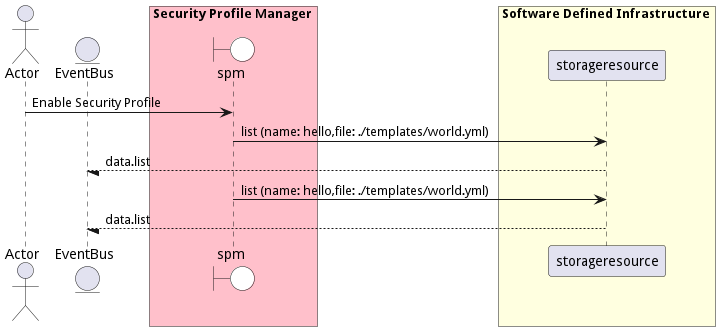
This is docs/edgemere/sa/spm/usecases/managesecurityprofiles/EnableSecurityProfile.png from madajaju/edgemere, a PlantUML export, as it was before one commit.
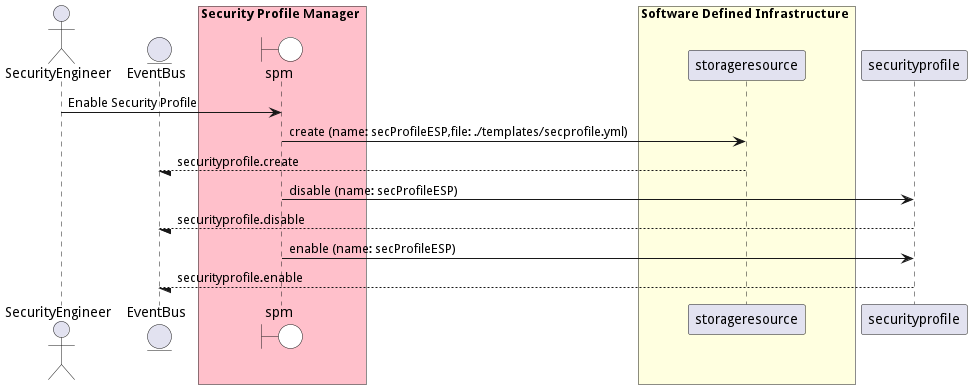
After the change.

Diff of the diagram source:
```diff
@@ -1,6 +1,6 @@
 @startuml
 
-actor "Actor"
+actor "SecurityEngineer"
 
 
 entity EventBus
@@ -14,16 +14,23 @@
             participant storageresource
     end box
 
+box Security Profile Manager #pink
+    end box
 
-"Actor" -> spm: Enable Security Profile
 
-    spm -> "storageresource": list (name: hello,file: ./templates/world.yml)
+"SecurityEngineer" -> spm: Enable Security Profile
 
-    "storageresource" --/ EventBus: data.list
+    spm -> "storageresource": create (name: secProfileESP,file: ./templates/secprofile.yml)
 
-    spm -> "storageresource": list (name: hello,file: ./templates/world.yml)
+    "storageresource" --/ EventBus: securityprofile.create
 
-    "storageresource" --/ EventBus: data.list
+    spm -> "securityprofile": disable (name: secProfileESP)
+
+    "securityprofile" --/ EventBus: securityprofile.disable
+
+    spm -> "securityprofile": enable (name: secProfileESP)
+
+    "securityprofile" --/ EventBus: securityprofile.enable
 
 
 
```
